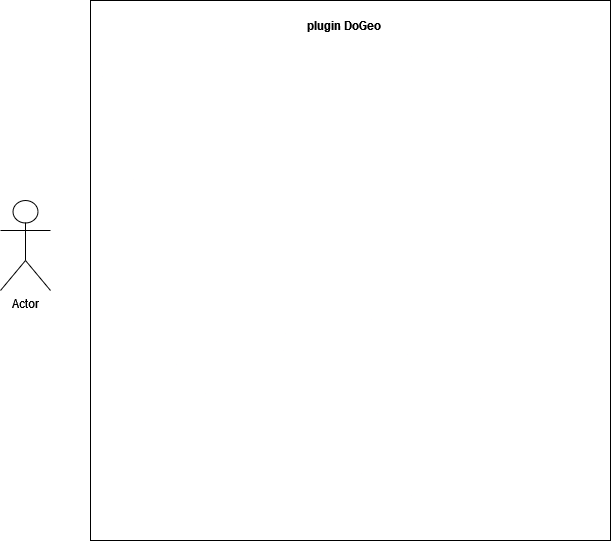
The draw.io diagram diag_UseCases.png in leonielrx/ProjetInfo_DoGeo, before a commit. Source tidied: cells renumbered, new cells last; positions are measured from the earlier drawing's top-left corner, leaving out a move shared by most shapes.
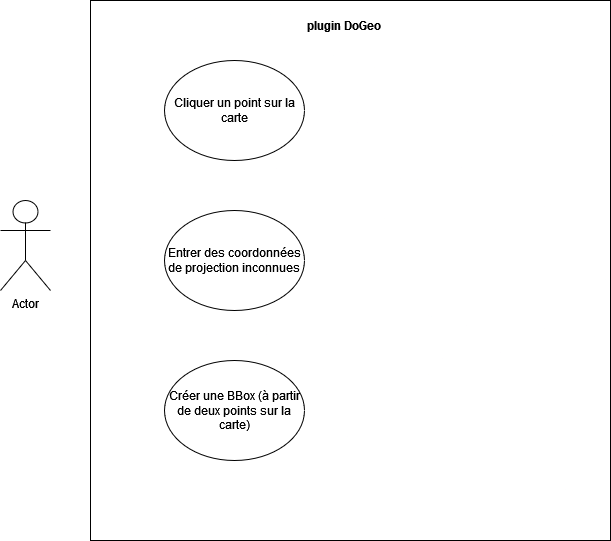
The same diagram one commit later.

Commit message:
Mettre à jour diag_UseCases.png

The edit, as a diff of the source:
```diff
@@ -11,5 +11,14 @@
     <mxCell id="4" value="&lt;b&gt;plugin DoGeo&lt;/b&gt;" style="text;html=1;align=center;verticalAlign=middle;whiteSpace=wrap;rounded=0;" parent="1" vertex="1">
       <mxGeometry x="304" y="10" width="80" height="30" as="geometry" />
     </mxCell>
+    <mxCell id="5" value="Entrer des coordonnées de projection inconnues" style="ellipse;whiteSpace=wrap;html=1;" parent="1" vertex="1">
+      <mxGeometry x="164" y="210" width="140" height="100" as="geometry" />
+    </mxCell>
+    <mxCell id="6" value="Cliquer un point sur la carte" style="ellipse;whiteSpace=wrap;html=1;" parent="1" vertex="1">
+      <mxGeometry x="164" y="60" width="140" height="100" as="geometry" />
+    </mxCell>
+    <mxCell id="7" value="Créer une BBox (à partir de deux points sur la carte)" style="ellipse;whiteSpace=wrap;html=1;" parent="1" vertex="1">
+      <mxGeometry x="164" y="360" width="140" height="100" as="geometry" />
+    </mxCell>
   </root>
 </mxGraphModel>
```
